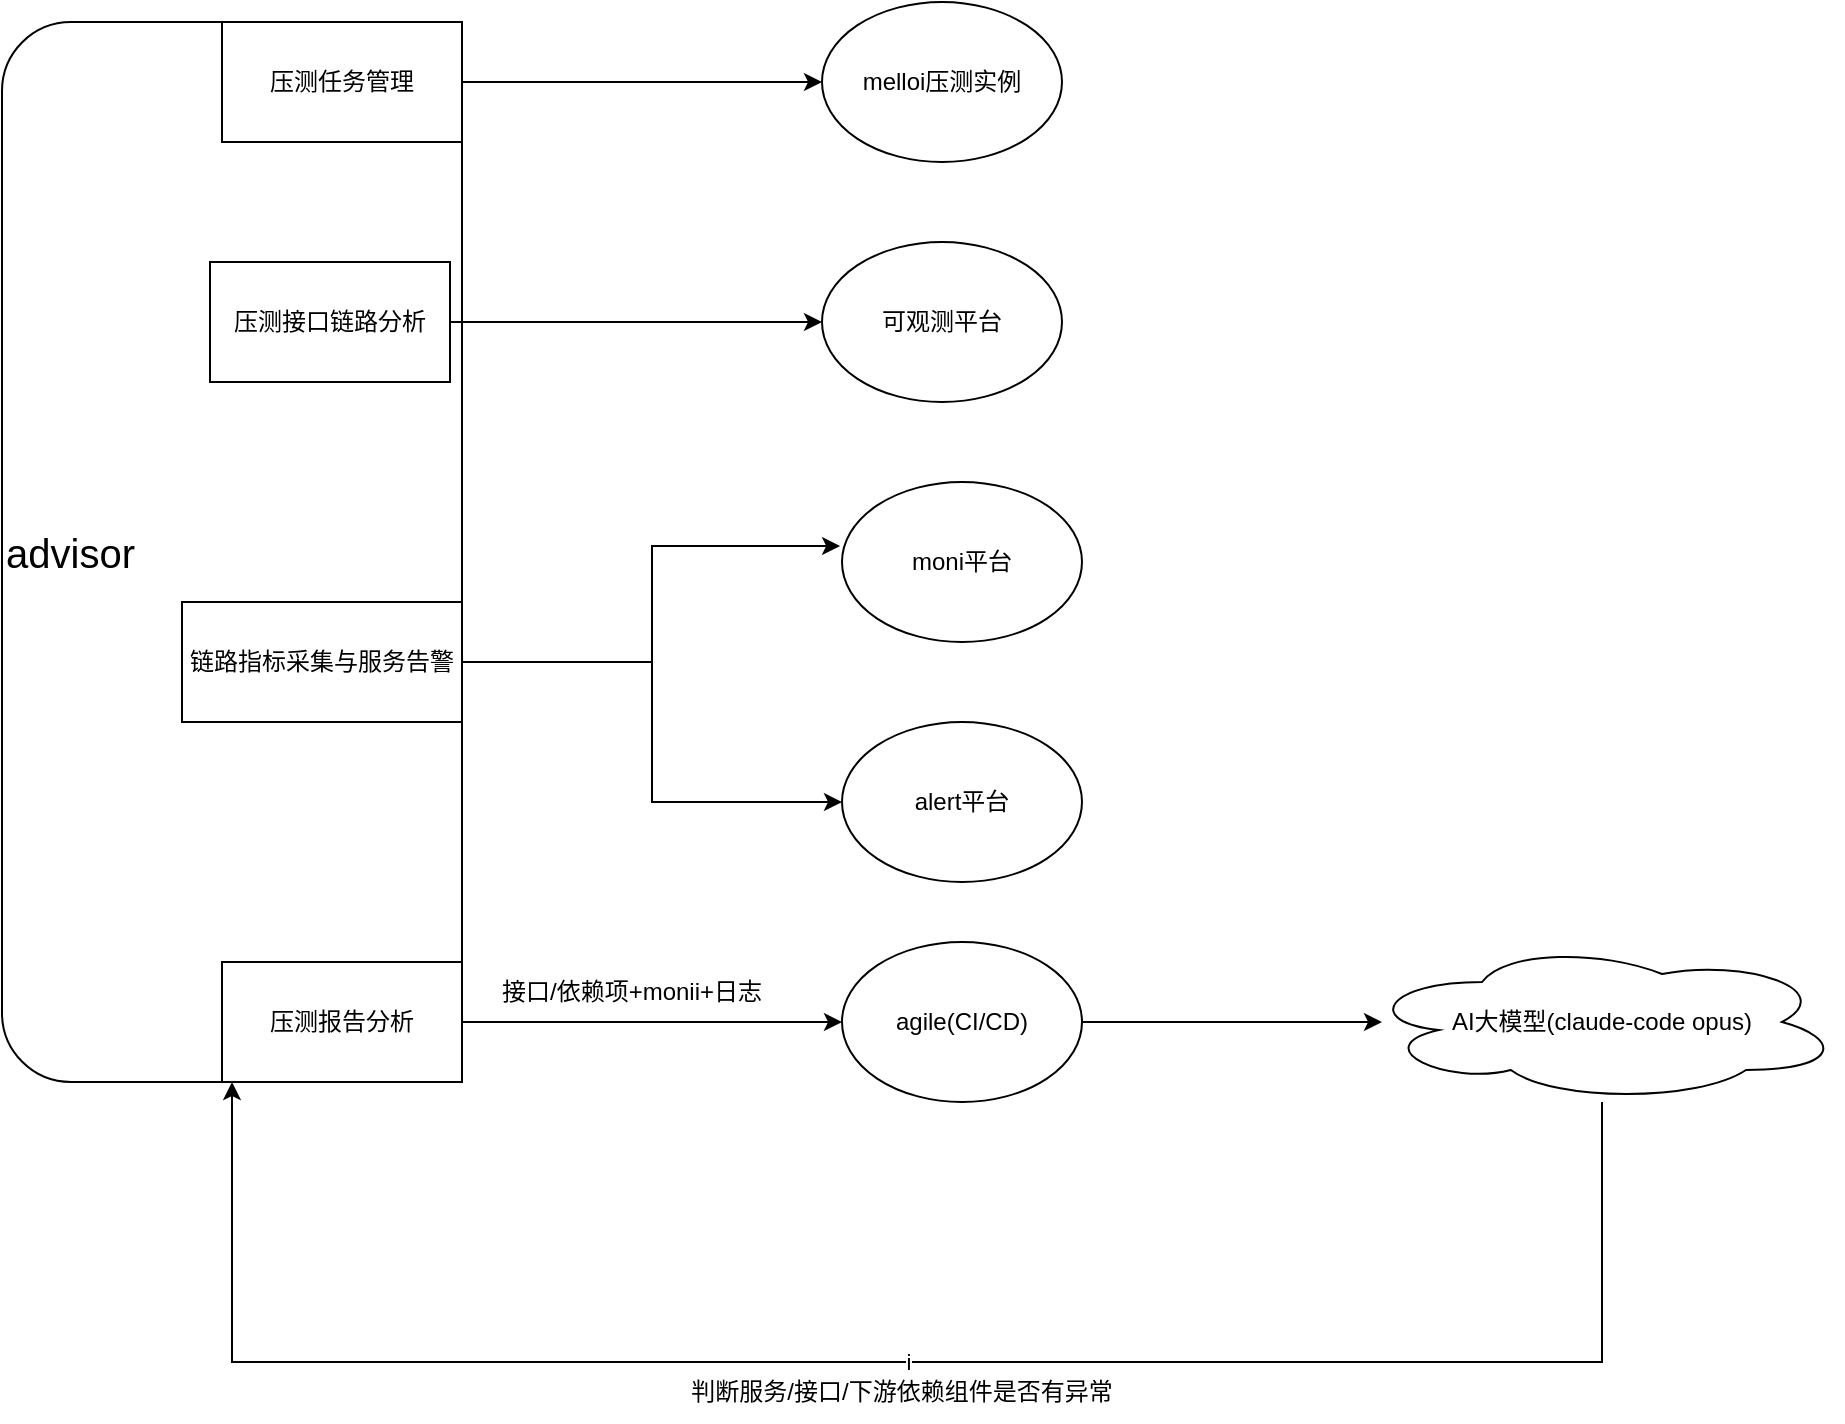
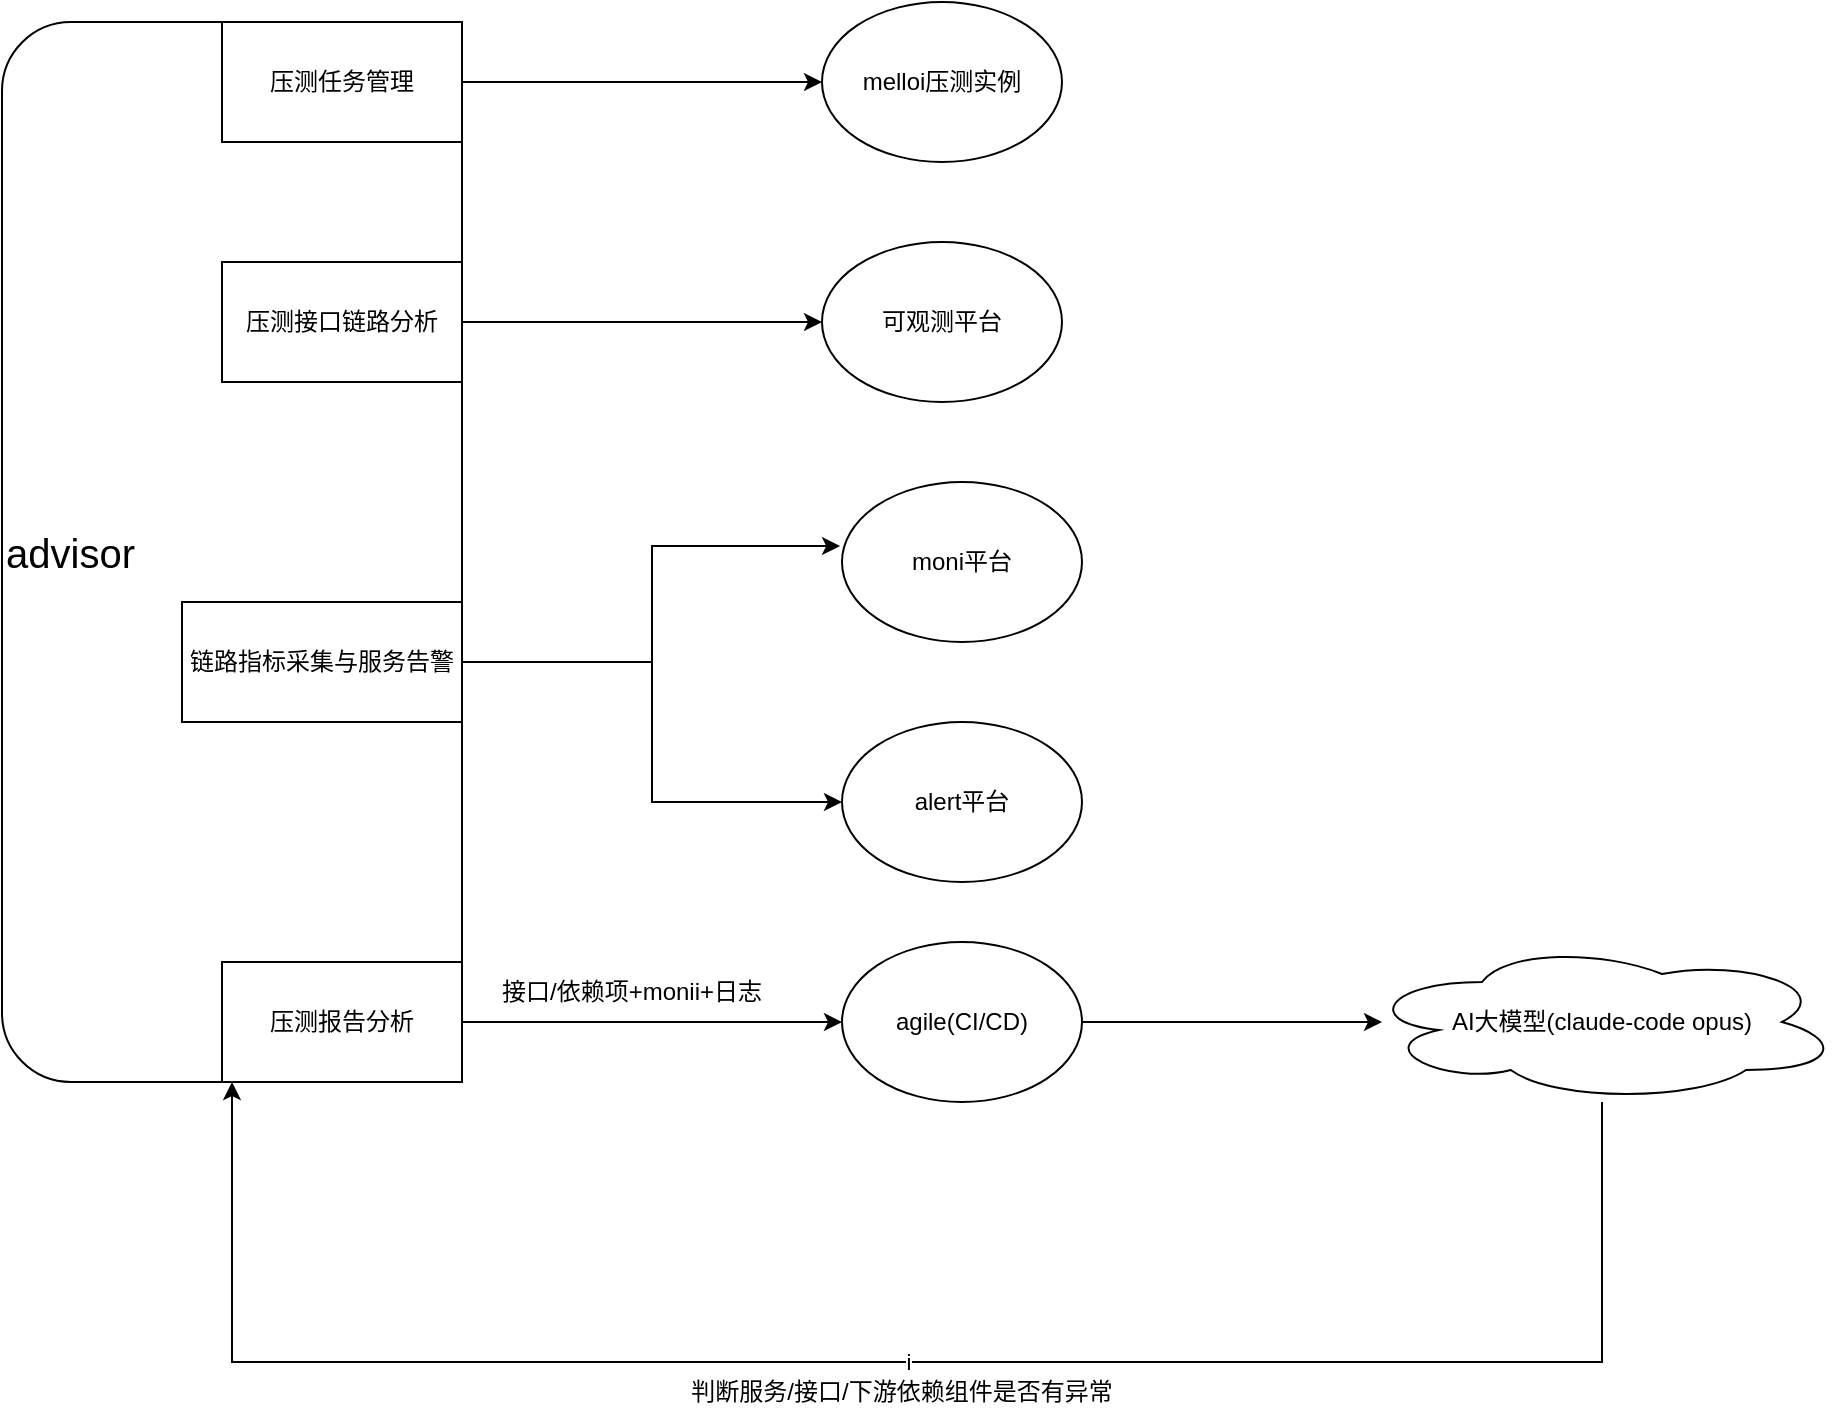
<mxfile host="app.diagrams.net" agent="Mozilla/5.0 (Macintosh; Intel Mac OS X 10_15_7) AppleWebKit/537.36 (KHTML, like Gecko) Chrome/148.0.0.0 Safari/537.36" version="29.2.9">
  <diagram name="第 1 页" id="uCcF8c7Y-oyDx25jCVq8">
    <mxGraphModel dx="1234" dy="790" grid="1" gridSize="10" guides="1" tooltips="1" connect="1" arrows="1" fold="1" page="1" pageScale="1" pageWidth="827" pageHeight="1169" math="0" shadow="0">
      <root>
        <mxCell id="0" />
        <mxCell id="1" parent="0" />
        <mxCell id="aWUngX9W530Vd7qhPuu2-1" parent="1" style="rounded=1;whiteSpace=wrap;html=1;align=left;" value="&lt;span style=&quot;font-size: 20px;&quot;&gt;advisor&lt;/span&gt;" vertex="1">
          <mxGeometry height="530" width="230" x="250" y="360" as="geometry" />
        </mxCell>
        <mxCell id="aWUngX9W530Vd7qhPuu2-6" edge="1" parent="1" source="aWUngX9W530Vd7qhPuu2-2" style="edgeStyle=orthogonalEdgeStyle;rounded=0;orthogonalLoop=1;jettySize=auto;html=1;entryX=0;entryY=0.5;entryDx=0;entryDy=0;" target="aWUngX9W530Vd7qhPuu2-5">
          <mxGeometry relative="1" as="geometry" />
        </mxCell>
        <mxCell id="aWUngX9W530Vd7qhPuu2-2" parent="1" style="rounded=0;whiteSpace=wrap;html=1;" value="压测任务管理" vertex="1">
          <mxGeometry height="60" width="120" x="360" y="360" as="geometry" />
        </mxCell>
        <mxCell id="aWUngX9W530Vd7qhPuu2-5" parent="1" style="ellipse;whiteSpace=wrap;html=1;" value="melloi压测实例" vertex="1">
          <mxGeometry height="80" width="120" x="660" y="350" as="geometry" />
        </mxCell>
        <mxCell id="aWUngX9W530Vd7qhPuu2-10" edge="1" parent="1" source="aWUngX9W530Vd7qhPuu2-8" style="edgeStyle=orthogonalEdgeStyle;rounded=0;orthogonalLoop=1;jettySize=auto;html=1;entryX=0;entryY=0.5;entryDx=0;entryDy=0;" target="aWUngX9W530Vd7qhPuu2-9">
          <mxGeometry relative="1" as="geometry" />
        </mxCell>
        <mxCell id="aWUngX9W530Vd7qhPuu2-8" parent="1" style="rounded=0;whiteSpace=wrap;html=1;" value="压测接口链路分析" vertex="1">
-           <mxGeometry height="60" width="120" x="354" y="480" as="geometry" />
+           <mxGeometry height="60" width="120" x="360" y="480" as="geometry" />
        </mxCell>
        <mxCell id="aWUngX9W530Vd7qhPuu2-9" parent="1" style="ellipse;whiteSpace=wrap;html=1;" value="可观测平台" vertex="1">
          <mxGeometry height="80" width="120" x="660" y="470" as="geometry" />
        </mxCell>
        <mxCell id="aWUngX9W530Vd7qhPuu2-16" edge="1" parent="1" source="aWUngX9W530Vd7qhPuu2-11" style="edgeStyle=orthogonalEdgeStyle;rounded=0;orthogonalLoop=1;jettySize=auto;html=1;entryX=0;entryY=0.5;entryDx=0;entryDy=0;" target="aWUngX9W530Vd7qhPuu2-14">
          <mxGeometry relative="1" as="geometry" />
        </mxCell>
        <mxCell id="aWUngX9W530Vd7qhPuu2-11" parent="1" style="rounded=0;whiteSpace=wrap;html=1;" value="链路指标采集与服务告警" vertex="1">
          <mxGeometry height="60" width="140" x="340" y="650" as="geometry" />
        </mxCell>
        <mxCell id="aWUngX9W530Vd7qhPuu2-13" parent="1" style="ellipse;whiteSpace=wrap;html=1;" value="moni平台" vertex="1">
          <mxGeometry height="80" width="120" x="670" y="590" as="geometry" />
        </mxCell>
        <mxCell id="aWUngX9W530Vd7qhPuu2-14" parent="1" style="ellipse;whiteSpace=wrap;html=1;" value="alert平台" vertex="1">
          <mxGeometry height="80" width="120" x="670" y="710" as="geometry" />
        </mxCell>
        <mxCell id="aWUngX9W530Vd7qhPuu2-15" edge="1" parent="1" source="aWUngX9W530Vd7qhPuu2-11" style="edgeStyle=orthogonalEdgeStyle;rounded=0;orthogonalLoop=1;jettySize=auto;html=1;entryX=-0.008;entryY=0.4;entryDx=0;entryDy=0;entryPerimeter=0;" target="aWUngX9W530Vd7qhPuu2-13">
          <mxGeometry relative="1" as="geometry" />
        </mxCell>
        <mxCell id="aWUngX9W530Vd7qhPuu2-19" edge="1" parent="1" source="aWUngX9W530Vd7qhPuu2-17" style="edgeStyle=orthogonalEdgeStyle;rounded=0;orthogonalLoop=1;jettySize=auto;html=1;" target="aWUngX9W530Vd7qhPuu2-18">
          <mxGeometry relative="1" as="geometry" />
        </mxCell>
        <mxCell id="aWUngX9W530Vd7qhPuu2-17" parent="1" style="rounded=0;whiteSpace=wrap;html=1;" value="压测报告分析" vertex="1">
          <mxGeometry height="60" width="120" x="360" y="830" as="geometry" />
        </mxCell>
        <mxCell id="aWUngX9W530Vd7qhPuu2-22" edge="1" parent="1" source="aWUngX9W530Vd7qhPuu2-18" style="edgeStyle=orthogonalEdgeStyle;rounded=0;orthogonalLoop=1;jettySize=auto;html=1;">
          <mxGeometry relative="1" as="geometry">
            <mxPoint x="940" y="860" as="targetPoint" />
          </mxGeometry>
        </mxCell>
        <mxCell id="aWUngX9W530Vd7qhPuu2-18" parent="1" style="ellipse;whiteSpace=wrap;html=1;" value="agile(CI/CD)" vertex="1">
          <mxGeometry height="80" width="120" x="670" y="820" as="geometry" />
        </mxCell>
        <mxCell id="aWUngX9W530Vd7qhPuu2-21" parent="1" style="text;html=1;whiteSpace=wrap;strokeColor=none;fillColor=none;align=center;verticalAlign=middle;rounded=0;" value="接口/依赖项+monii+日志" vertex="1">
          <mxGeometry height="30" width="190" x="470" y="830" as="geometry" />
        </mxCell>
        <mxCell id="aWUngX9W530Vd7qhPuu2-24" edge="1" parent="1" source="aWUngX9W530Vd7qhPuu2-23" style="edgeStyle=orthogonalEdgeStyle;rounded=0;orthogonalLoop=1;jettySize=auto;html=1;entryX=0.5;entryY=1;entryDx=0;entryDy=0;" target="aWUngX9W530Vd7qhPuu2-1" value="i">
          <mxGeometry relative="1" as="geometry">
            <Array as="points">
              <mxPoint x="1050" y="1030" />
              <mxPoint x="365" y="1030" />
            </Array>
          </mxGeometry>
        </mxCell>
        <mxCell id="aWUngX9W530Vd7qhPuu2-23" parent="1" style="ellipse;shape=cloud;whiteSpace=wrap;html=1;" value="AI大模型(claude-code opus)" vertex="1">
          <mxGeometry height="80" width="240" x="930" y="820" as="geometry" />
        </mxCell>
        <mxCell id="aWUngX9W530Vd7qhPuu2-25" parent="1" style="text;html=1;whiteSpace=wrap;strokeColor=none;fillColor=none;align=center;verticalAlign=middle;rounded=0;" value="判断服务/接口/下游依赖组件是否有异常" vertex="1">
          <mxGeometry height="30" width="280" x="560" y="1030" as="geometry" />
        </mxCell>
      </root>
    </mxGraphModel>
  </diagram>
</mxfile>
